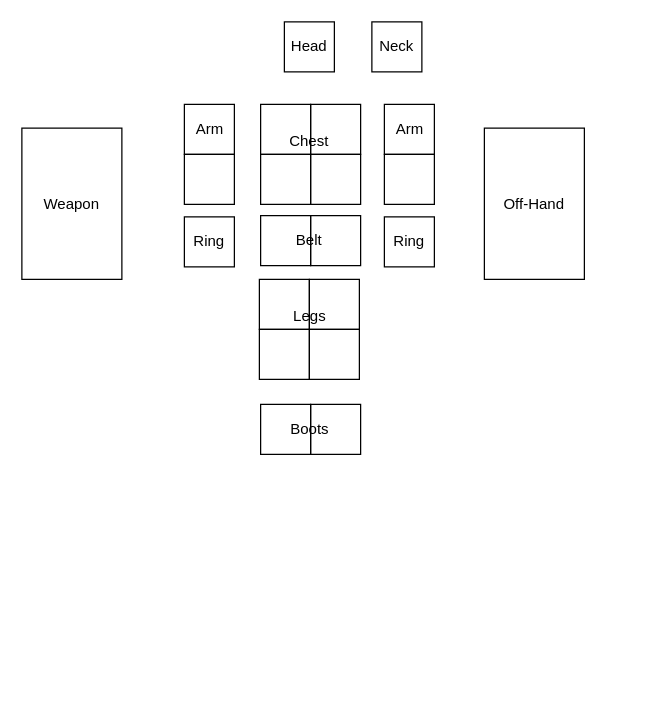
Above: page "Inventory" (4 of 4) of game dev flowchart.drawio in BigMikesExp/Shitsngigs (draw.io), before the change. Source tidied: cells renumbered, new cells numbered last; positions are measured from the earlier drawing's top-left corner, leaving out a move shared by most shapes. Both pictures are drawn from the tidied source at 125%, with x=0, y=0 at pixel (21, 21).
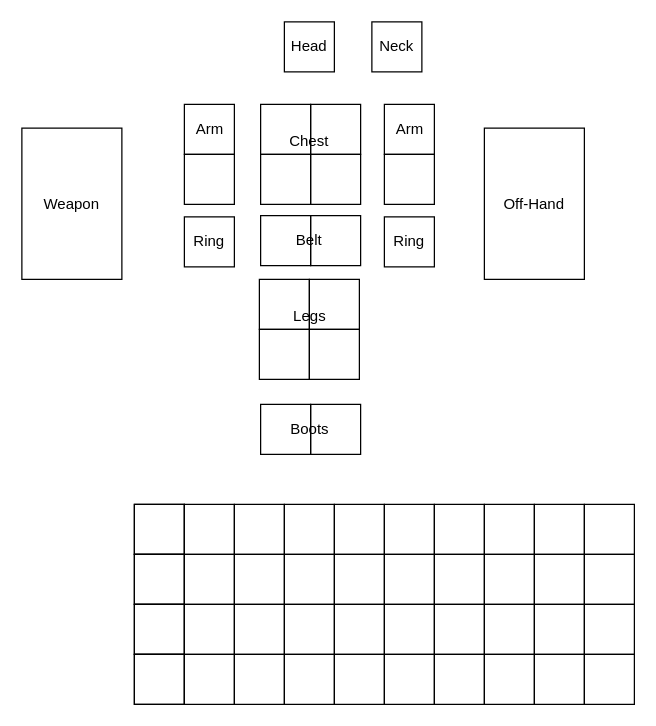
The same diagram, later.

What changed in the source:
```diff
@@
+    <mxCell id="32" style="rounded=0;whiteSpace=wrap;html=1;fillColor=none;" parent="1" vertex="1">
+      <mxGeometry x="90" y="386" width="40" height="40" as="geometry" />
+    </mxCell>
+    <mxCell id="33" style="rounded=0;whiteSpace=wrap;html=1;fillColor=none;" parent="1" vertex="1">
+      <mxGeometry x="90" y="386" width="40" height="40" as="geometry" />
+    </mxCell>
+    <mxCell id="34" style="rounded=0;whiteSpace=wrap;html=1;fillColor=none;" parent="1" vertex="1">
+      <mxGeometry x="130" y="386" width="40" height="40" as="geometry" />
+    </mxCell>
+    <mxCell id="35" style="rounded=0;whiteSpace=wrap;html=1;fillColor=none;" parent="1" vertex="1">
+      <mxGeometry x="170" y="386" width="40" height="40" as="geometry" />
+    </mxCell>
+    <mxCell id="36" style="rounded=0;whiteSpace=wrap;html=1;fillColor=none;" parent="1" vertex="1">
+      <mxGeometry x="210" y="386" width="40" height="40" as="geometry" />
+    </mxCell>
+    <mxCell id="37" style="rounded=0;whiteSpace=wrap;html=1;fillColor=none;" parent="1" vertex="1">
+      <mxGeometry x="410" y="386" width="40" height="40" as="geometry" />
+    </mxCell>
+    <mxCell id="38" style="rounded=0;whiteSpace=wrap;html=1;fillColor=none;" parent="1" vertex="1">
+      <mxGeometry x="330" y="386" width="40" height="40" as="geometry" />
+    </mxCell>
+    <mxCell id="39" style="rounded=0;whiteSpace=wrap;html=1;fillColor=none;" parent="1" vertex="1">
+      <mxGeometry x="450" y="386" width="40" height="40" as="geometry" />
+    </mxCell>
+    <mxCell id="40" style="rounded=0;whiteSpace=wrap;html=1;fillColor=none;" parent="1" vertex="1">
+      <mxGeometry x="250" y="386" width="40" height="40" as="geometry" />
+    </mxCell>
+    <mxCell id="41" style="rounded=0;whiteSpace=wrap;html=1;fillColor=none;" parent="1" vertex="1">
+      <mxGeometry x="370" y="386" width="40" height="40" as="geometry" />
+    </mxCell>
+    <mxCell id="42" style="rounded=0;whiteSpace=wrap;html=1;fillColor=none;" parent="1" vertex="1">
+      <mxGeometry x="290" y="386" width="40" height="40" as="geometry" />
+    </mxCell>
+    <mxCell id="43" style="rounded=0;whiteSpace=wrap;html=1;fillColor=none;" parent="1" vertex="1">
+      <mxGeometry x="90" y="426" width="40" height="40" as="geometry" />
+    </mxCell>
+    <mxCell id="44" style="rounded=0;whiteSpace=wrap;html=1;fillColor=none;" parent="1" vertex="1">
+      <mxGeometry x="90" y="426" width="40" height="40" as="geometry" />
+    </mxCell>
+    <mxCell id="45" style="rounded=0;whiteSpace=wrap;html=1;fillColor=none;" parent="1" vertex="1">
+      <mxGeometry x="130" y="426" width="40" height="40" as="geometry" />
+    </mxCell>
+    <mxCell id="46" style="rounded=0;whiteSpace=wrap;html=1;fillColor=none;" parent="1" vertex="1">
+      <mxGeometry x="170" y="426" width="40" height="40" as="geometry" />
+    </mxCell>
+    <mxCell id="47" style="rounded=0;whiteSpace=wrap;html=1;fillColor=none;" parent="1" vertex="1">
+      <mxGeometry x="210" y="426" width="40" height="40" as="geometry" />
+    </mxCell>
+    <mxCell id="48" style="rounded=0;whiteSpace=wrap;html=1;fillColor=none;" parent="1" vertex="1">
+      <mxGeometry x="410" y="426" width="40" height="40" as="geometry" />
+    </mxCell>
+    <mxCell id="49" style="rounded=0;whiteSpace=wrap;html=1;fillColor=none;" parent="1" vertex="1">
+      <mxGeometry x="330" y="426" width="40" height="40" as="geometry" />
+    </mxCell>
+    <mxCell id="50" style="rounded=0;whiteSpace=wrap;html=1;fillColor=none;" parent="1" vertex="1">
+      <mxGeometry x="450" y="426" width="40" height="40" as="geometry" />
+    </mxCell>
+    <mxCell id="51" style="rounded=0;whiteSpace=wrap;html=1;fillColor=none;" parent="1" vertex="1">
+      <mxGeometry x="250" y="426" width="40" height="40" as="geometry" />
+    </mxCell>
+    <mxCell id="52" style="rounded=0;whiteSpace=wrap;html=1;fillColor=none;" parent="1" vertex="1">
+      <mxGeometry x="370" y="426" width="40" height="40" as="geometry" />
+    </mxCell>
+    <mxCell id="53" style="rounded=0;whiteSpace=wrap;html=1;fillColor=none;" parent="1" vertex="1">
+      <mxGeometry x="290" y="426" width="40" height="40" as="geometry" />
+    </mxCell>
+    <mxCell id="54" style="rounded=0;whiteSpace=wrap;html=1;fillColor=none;" parent="1" vertex="1">
+      <mxGeometry x="90" y="466" width="40" height="40" as="geometry" />
+    </mxCell>
+    <mxCell id="55" style="rounded=0;whiteSpace=wrap;html=1;fillColor=none;" parent="1" vertex="1">
+      <mxGeometry x="90" y="466" width="40" height="40" as="geometry" />
+    </mxCell>
+    <mxCell id="56" style="rounded=0;whiteSpace=wrap;html=1;fillColor=none;" parent="1" vertex="1">
+      <mxGeometry x="130" y="466" width="40" height="40" as="geometry" />
+    </mxCell>
+    <mxCell id="57" style="rounded=0;whiteSpace=wrap;html=1;fillColor=none;" parent="1" vertex="1">
+      <mxGeometry x="170" y="466" width="40" height="40" as="geometry" />
+    </mxCell>
+    <mxCell id="58" style="rounded=0;whiteSpace=wrap;html=1;fillColor=none;" parent="1" vertex="1">
+      <mxGeometry x="210" y="466" width="40" height="40" as="geometry" />
+    </mxCell>
+    <mxCell id="59" style="rounded=0;whiteSpace=wrap;html=1;fillColor=none;" parent="1" vertex="1">
+      <mxGeometry x="410" y="466" width="40" height="40" as="geometry" />
+    </mxCell>
+    <mxCell id="60" style="rounded=0;whiteSpace=wrap;html=1;fillColor=none;" parent="1" vertex="1">
+      <mxGeometry x="330" y="466" width="40" height="40" as="geometry" />
+    </mxCell>
+    <mxCell id="61" style="rounded=0;whiteSpace=wrap;html=1;fillColor=none;" parent="1" vertex="1">
+      <mxGeometry x="450" y="466" width="40" height="40" as="geometry" />
+    </mxCell>
+    <mxCell id="62" style="rounded=0;whiteSpace=wrap;html=1;fillColor=none;" parent="1" vertex="1">
+      <mxGeometry x="250" y="466" width="40" height="40" as="geometry" />
+    </mxCell>
+    <mxCell id="63" style="rounded=0;whiteSpace=wrap;html=1;fillColor=none;" parent="1" vertex="1">
+      <mxGeometry x="370" y="466" width="40" height="40" as="geometry" />
+    </mxCell>
+    <mxCell id="64" style="rounded=0;whiteSpace=wrap;html=1;fillColor=none;" parent="1" vertex="1">
+      <mxGeometry x="290" y="466" width="40" height="40" as="geometry" />
+    </mxCell>
+    <mxCell id="65" style="rounded=0;whiteSpace=wrap;html=1;fillColor=none;" parent="1" vertex="1">
+      <mxGeometry x="90" y="506" width="40" height="40" as="geometry" />
+    </mxCell>
+    <mxCell id="66" style="rounded=0;whiteSpace=wrap;html=1;fillColor=none;" parent="1" vertex="1">
+      <mxGeometry x="90" y="506" width="40" height="40" as="geometry" />
+    </mxCell>
+    <mxCell id="67" style="rounded=0;whiteSpace=wrap;html=1;fillColor=none;" parent="1" vertex="1">
+      <mxGeometry x="130" y="506" width="40" height="40" as="geometry" />
+    </mxCell>
+    <mxCell id="68" style="rounded=0;whiteSpace=wrap;html=1;fillColor=none;" parent="1" vertex="1">
+      <mxGeometry x="170" y="506" width="40" height="40" as="geometry" />
+    </mxCell>
+    <mxCell id="69" style="rounded=0;whiteSpace=wrap;html=1;fillColor=none;" parent="1" vertex="1">
+      <mxGeometry x="210" y="506" width="40" height="40" as="geometry" />
+    </mxCell>
+    <mxCell id="70" style="rounded=0;whiteSpace=wrap;html=1;fillColor=none;" parent="1" vertex="1">
+      <mxGeometry x="410" y="506" width="40" height="40" as="geometry" />
+    </mxCell>
+    <mxCell id="71" style="rounded=0;whiteSpace=wrap;html=1;fillColor=none;" parent="1" vertex="1">
+      <mxGeometry x="330" y="506" width="40" height="40" as="geometry" />
+    </mxCell>
+    <mxCell id="72" style="rounded=0;whiteSpace=wrap;html=1;fillColor=none;" parent="1" vertex="1">
+      <mxGeometry x="450" y="506" width="40" height="40" as="geometry" />
+    </mxCell>
+    <mxCell id="73" style="rounded=0;whiteSpace=wrap;html=1;fillColor=none;" parent="1" vertex="1">
+      <mxGeometry x="250" y="506" width="40" height="40" as="geometry" />
+    </mxCell>
+    <mxCell id="74" style="rounded=0;whiteSpace=wrap;html=1;fillColor=none;" parent="1" vertex="1">
+      <mxGeometry x="370" y="506" width="40" height="40" as="geometry" />
+    </mxCell>
+    <mxCell id="75" style="rounded=0;whiteSpace=wrap;html=1;fillColor=none;" parent="1" vertex="1">
+      <mxGeometry x="290" y="506" width="40" height="40" as="geometry" />
+    </mxCell>
```
